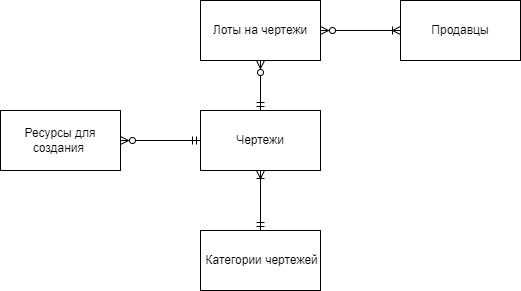
Before: concept_model.png, a diagram exported from draw.io (RusVS1/mipt_database). Source tidied: cells renumbered, new cells last; positions are measured from the earlier drawing's top-left corner, leaving out a move shared by most shapes. Its diagram source:
```xml
<mxGraphModel>
  <root>
    <mxCell id="0" />
    <mxCell id="1" parent="0" />
    <mxCell id="2" style="edgeStyle=none;rounded=0;jettySize=auto;html=1;entryX=0.5;entryY=1;entryDx=0;entryDy=0;startArrow=ERmandOne;startFill=0;endArrow=ERoneToMany;endFill=0;" parent="1" edge="1" source="3" target="6">
      <mxGeometry relative="1" as="geometry" />
    </mxCell>
    <mxCell id="3" value="&amp;nbsp;Категории чертежей" style="rounded=0;whiteSpace=wrap;html=1;" parent="1" vertex="1">
      <mxGeometry x="200" y="230" width="120" height="60" as="geometry" />
    </mxCell>
    <mxCell id="4" style="edgeStyle=none;rounded=0;jettySize=auto;html=1;exitX=0.5;exitY=0;exitDx=0;exitDy=0;entryX=0.5;entryY=1;entryDx=0;entryDy=0;endArrow=ERzeroToMany;endFill=0;startArrow=ERmandOne;startFill=0;" parent="1" edge="1" source="6" target="7">
      <mxGeometry relative="1" as="geometry" />
    </mxCell>
    <mxCell id="5" style="edgeStyle=none;rounded=0;jettySize=auto;html=1;entryX=1;entryY=0.5;entryDx=0;entryDy=0;startArrow=ERmandOne;startFill=0;endArrow=ERzeroToMany;endFill=0;" parent="1" edge="1" source="6" target="10">
      <mxGeometry relative="1" as="geometry" />
    </mxCell>
    <mxCell id="6" value="Чертежи" style="rounded=0;whiteSpace=wrap;html=1;" parent="1" vertex="1">
      <mxGeometry x="200" y="110" width="120" height="60" as="geometry" />
    </mxCell>
    <mxCell id="7" value="Лоты на чертежи" style="rounded=0;whiteSpace=wrap;html=1;" parent="1" vertex="1">
      <mxGeometry x="200" width="120" height="60" as="geometry" />
    </mxCell>
    <mxCell id="8" style="edgeStyle=none;rounded=0;jettySize=auto;html=1;entryX=1;entryY=0.5;entryDx=0;entryDy=0;startArrow=ERoneToMany;startFill=0;endArrow=ERzeroToMany;endFill=0;" parent="1" edge="1" source="9" target="7">
      <mxGeometry relative="1" as="geometry" />
    </mxCell>
    <mxCell id="9" value="Продавцы" style="rounded=0;whiteSpace=wrap;html=1;" parent="1" vertex="1">
      <mxGeometry x="400" width="120" height="60" as="geometry" />
    </mxCell>
    <mxCell id="10" value="Ресурсы для создания&amp;nbsp;" style="rounded=0;whiteSpace=wrap;html=1;" parent="1" vertex="1">
      <mxGeometry y="110" width="120" height="60" as="geometry" />
    </mxCell>
  </root>
</mxGraphModel>
```
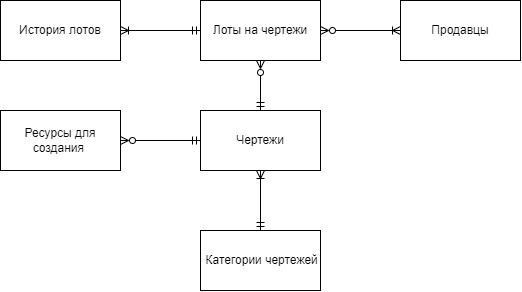
After the change.

Commit message:
add concept model 2

The edit, as a diff of the source:
```diff
@@ -17,6 +17,9 @@
     <mxCell id="6" value="Чертежи" style="rounded=0;whiteSpace=wrap;html=1;" parent="1" vertex="1">
       <mxGeometry x="200" y="110" width="120" height="60" as="geometry" />
     </mxCell>
+    <mxCell id="11" style="edgeStyle=none;html=1;entryX=1;entryY=0.5;entryDx=0;entryDy=0;startArrow=ERmandOne;startFill=0;endArrow=ERoneToMany;endFill=0;" parent="1" edge="1" source="7" target="12">
+      <mxGeometry relative="1" as="geometry" />
+    </mxCell>
     <mxCell id="7" value="Лоты на чертежи" style="rounded=0;whiteSpace=wrap;html=1;" parent="1" vertex="1">
       <mxGeometry x="200" width="120" height="60" as="geometry" />
     </mxCell>
@@ -29,5 +32,8 @@
     <mxCell id="10" value="Ресурсы для создания&amp;nbsp;" style="rounded=0;whiteSpace=wrap;html=1;" parent="1" vertex="1">
       <mxGeometry y="110" width="120" height="60" as="geometry" />
     </mxCell>
+    <mxCell id="12" value="История лотов" style="rounded=0;whiteSpace=wrap;html=1;" parent="1" vertex="1">
+      <mxGeometry width="120" height="60" as="geometry" />
+    </mxCell>
   </root>
 </mxGraphModel>
```
